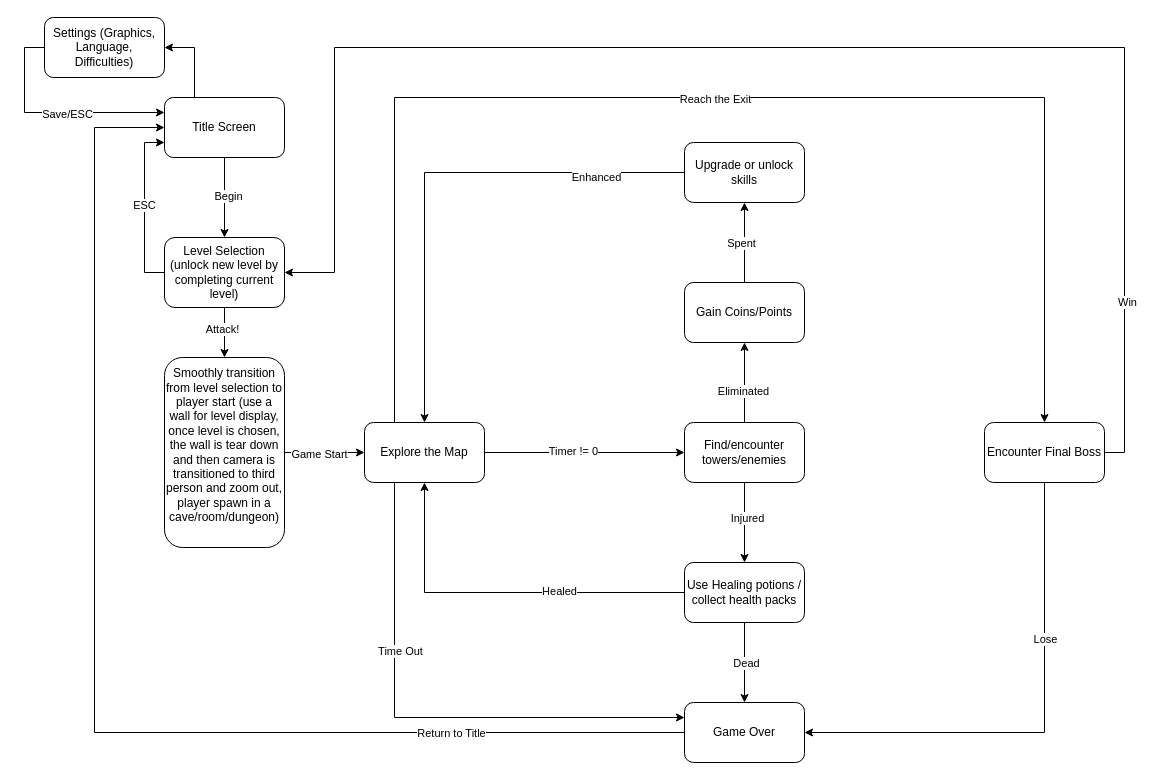
This is Untitled Diagram.drawio from songjian0127/HTML-, a draw.io file, before an edit. Source tidied: cells renumbered, new cells numbered last; positions are measured from the earlier drawing's top-left corner, leaving out a move shared by most shapes. Both pictures are drawn from the tidied source at 100%, with x=0, y=0 at pixel (44, 17).
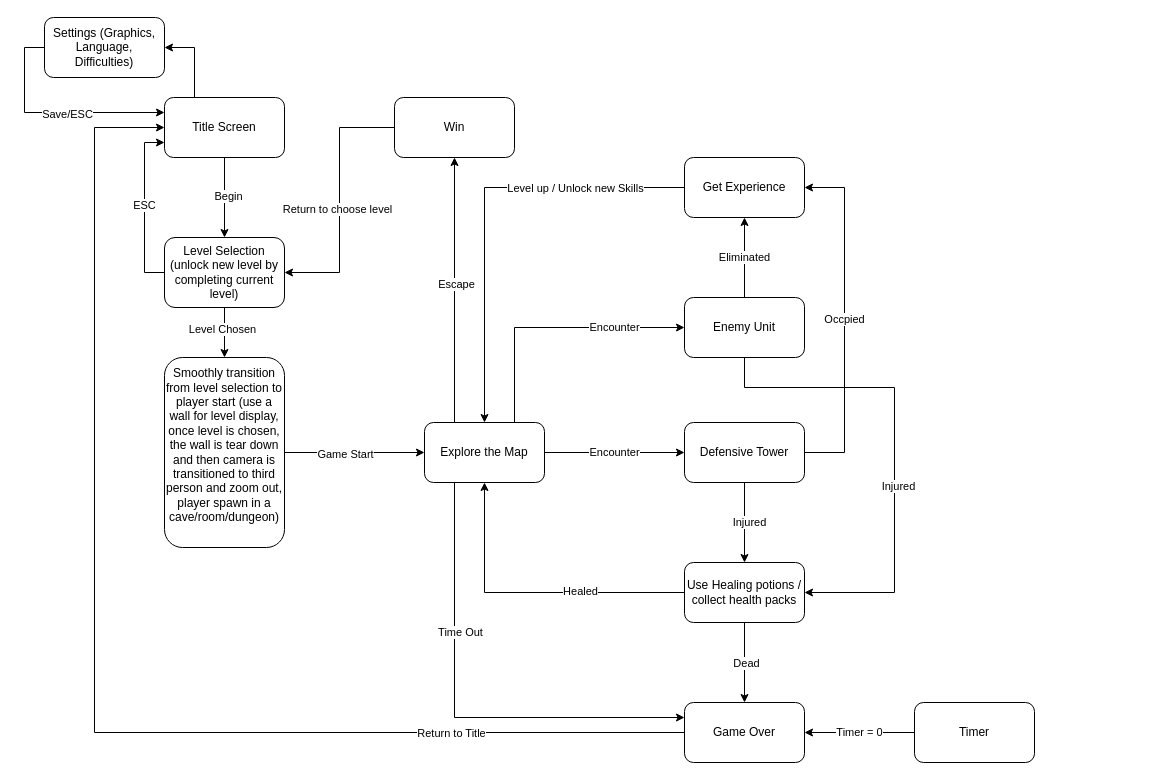
After the change.

Unchanged cells that the change refers to:
```xml
<mxCell id="9" style="edgeStyle=orthogonalEdgeStyle;rounded=0;jettySize=auto;html=1;exitX=0.5;exitY=1;exitDx=0;exitDy=0;" parent="1" edge="1" source="13" target="16">
  <mxGeometry relative="1" as="geometry" />
</mxCell>
<mxCell id="13" value="Level Selection&lt;br&gt;(unlock new level by completing current level)" style="rounded=1;whiteSpace=wrap;html=1;" parent="1" vertex="1">
  <mxGeometry x="120" y="220" width="120" height="70" as="geometry" />
</mxCell>
<mxCell id="39" value="Use Healing potions / collect health packs" style="whiteSpace=wrap;html=1;rounded=1;" parent="1" vertex="1">
  <mxGeometry x="640" y="545" width="120" height="60" as="geometry" />
</mxCell>
<mxCell id="42" value="Game Over" style="whiteSpace=wrap;html=1;rounded=1;" parent="1" vertex="1">
  <mxGeometry x="640" y="685" width="120" height="60" as="geometry" />
</mxCell>
```

Change to the diagram source:
```diff
@@
-    <mxCell id="10" value="Attack!" style="edgeLabel;html=1;align=center;verticalAlign=middle;" parent="9" vertex="1">
+    <mxCell id="10" value="Level Chosen" style="edgeLabel;html=1;align=center;verticalAlign=middle;" parent="9" vertex="1">
       <mxGeometry x="-0.17" y="-3" relative="1" as="geometry" />
     </mxCell>
@@
-    <mxCell id="17" style="edgeStyle=orthogonalEdgeStyle;rounded=0;jettySize=auto;html=1;" parent="1" edge="1" source="23" target="28">
-      <mxGeometry relative="1" as="geometry" />
-    </mxCell>
-    <mxCell id="18" value="Timer != 0" style="edgeLabel;html=1;align=center;verticalAlign=middle;" parent="17" vertex="1">
-      <mxGeometry x="-0.12" y="2" relative="1" as="geometry" />
-    </mxCell>
@@
-    <mxCell id="21" style="edgeStyle=orthogonalEdgeStyle;rounded=0;jettySize=auto;html=1;exitX=0.25;exitY=0;exitDx=0;exitDy=0;entryX=0.5;entryY=0;entryDx=0;entryDy=0;" parent="1" edge="1" source="23" target="47">
-      <mxGeometry relative="1" as="geometry">
-        <Array as="points">
-          <mxPoint x="350" y="80" />
-          <mxPoint x="1000" y="80" />
-        </Array>
-      </mxGeometry>
+    <mxCell id="21" style="edgeStyle=orthogonalEdgeStyle;rounded=0;jettySize=auto;html=1;exitX=0.25;exitY=0;exitDx=0;exitDy=0;entryX=0.5;entryY=1;entryDx=0;entryDy=0;" parent="1" edge="1" source="23" target="47">
+      <mxGeometry relative="1" as="geometry" />
     </mxCell>
-    <mxCell id="22" value="Reach the Exit" style="edgeLabel;html=1;align=center;verticalAlign=middle;" parent="21" vertex="1">
-      <mxGeometry x="-0.01" y="-1" relative="1" as="geometry">
-        <mxPoint x="1" as="offset" />
-      </mxGeometry>
-    </mxCell>
+    <mxCell id="48" value="Escape" style="edgeLabel;html=1;align=center;verticalAlign=middle;" parent="21" vertex="1">
+      <mxGeometry x="0.05" y="-1" relative="1" as="geometry" />
+    </mxCell>
+    <mxCell id="49" value="Encounter" style="edgeStyle=orthogonalEdgeStyle;rounded=0;jettySize=auto;html=1;exitX=1;exitY=0.5;exitDx=0;exitDy=0;entryX=0;entryY=0.5;entryDx=0;entryDy=0;" parent="1" edge="1" source="23" target="60">
+      <mxGeometry relative="1" as="geometry" />
+    </mxCell>
+    <mxCell id="50" value="Encounter" style="edgeStyle=orthogonalEdgeStyle;rounded=0;jettySize=auto;html=1;exitX=0.75;exitY=0;exitDx=0;exitDy=0;entryX=0;entryY=0.5;entryDx=0;entryDy=0;" parent="1" edge="1" source="23" target="56">
+      <mxGeometry x="0.47" relative="1" as="geometry" />
+    </mxCell>
     <mxCell id="23" value="Explore the Map" style="whiteSpace=wrap;html=1;rounded=1;" parent="1" vertex="1">
-      <mxGeometry x="320" y="405" width="120" height="60" as="geometry" />
+      <mxGeometry x="380" y="405" width="120" height="60" as="geometry" />
     </mxCell>
-    <mxCell id="24" style="edgeStyle=orthogonalEdgeStyle;rounded=0;jettySize=auto;html=1;" parent="1" edge="1" source="28" target="31">
-      <mxGeometry relative="1" as="geometry" />
-    </mxCell>
-    <mxCell id="25" value="Eliminated" style="edgeLabel;html=1;align=center;verticalAlign=middle;" parent="24" vertex="1">
-      <mxGeometry x="-0.2" y="2" relative="1" as="geometry" />
-    </mxCell>
-    <mxCell id="26" style="edgeStyle=orthogonalEdgeStyle;rounded=0;jettySize=auto;html=1;" parent="1" edge="1" source="28" target="39">
-      <mxGeometry relative="1" as="geometry" />
-    </mxCell>
-    <mxCell id="27" value="Injured" style="edgeLabel;html=1;align=center;verticalAlign=middle;" parent="26" vertex="1">
-      <mxGeometry x="-0.12" y="2" relative="1" as="geometry" />
-    </mxCell>
-    <mxCell id="28" value="Find/encounter towers/enemies" style="whiteSpace=wrap;html=1;rounded=1;" parent="1" vertex="1">
-      <mxGeometry x="640" y="405" width="120" height="60" as="geometry" />
-    </mxCell>
-    <mxCell id="29" style="edgeStyle=orthogonalEdgeStyle;rounded=0;jettySize=auto;html=1;" parent="1" edge="1" source="31" target="34">
-      <mxGeometry relative="1" as="geometry" />
-    </mxCell>
-    <mxCell id="30" value="Spent" style="edgeLabel;html=1;align=center;verticalAlign=middle;" parent="29" vertex="1">
-      <mxGeometry x="-0.01" y="4" relative="1" as="geometry" />
-    </mxCell>
+    <mxCell id="51" style="edgeStyle=orthogonalEdgeStyle;rounded=0;jettySize=auto;html=1;exitX=0;exitY=0.5;exitDx=0;exitDy=0;entryX=0.5;entryY=0;entryDx=0;entryDy=0;" parent="1" edge="1" source="31" target="23">
+      <mxGeometry relative="1" as="geometry" />
+    </mxCell>
+    <mxCell id="52" value="Level up / Unlock new Skills" style="edgeLabel;html=1;align=center;verticalAlign=middle;" parent="51" vertex="1">
+      <mxGeometry x="-0.26" y="-2" relative="1" as="geometry">
+        <mxPoint x="51" y="2" as="offset" />
+      </mxGeometry>
+    </mxCell>
-    <mxCell id="31" value="Gain Coins/Points" style="whiteSpace=wrap;html=1;rounded=1;" parent="1" vertex="1">
-      <mxGeometry x="640" y="265" width="120" height="60" as="geometry" />
+    <mxCell id="31" value="Get Experience" style="whiteSpace=wrap;html=1;rounded=1;" parent="1" vertex="1">
+      <mxGeometry x="640" y="140" width="120" height="60" as="geometry" />
     </mxCell>
-    <mxCell id="32" style="edgeStyle=orthogonalEdgeStyle;rounded=0;jettySize=auto;html=1;entryX=0.5;entryY=0;entryDx=0;entryDy=0;" parent="1" edge="1" source="34" target="23">
-      <mxGeometry relative="1" as="geometry" />
-    </mxCell>
-    <mxCell id="33" value="Enhanced" style="edgeLabel;html=1;align=center;verticalAlign=middle;" parent="32" vertex="1">
-      <mxGeometry x="-0.65" y="4" relative="1" as="geometry" />
-    </mxCell>
-    <mxCell id="34" value="Upgrade or unlock skills" style="whiteSpace=wrap;html=1;rounded=1;" parent="1" vertex="1">
-      <mxGeometry x="640" y="125" width="120" height="60" as="geometry" />
-    </mxCell>
@@
-    <mxCell id="43" style="edgeStyle=orthogonalEdgeStyle;rounded=0;jettySize=auto;html=1;entryX=1;entryY=0.5;entryDx=0;entryDy=0;" parent="1" edge="1" source="47" target="42">
-      <mxGeometry relative="1" as="geometry">
-        <Array as="points">
-          <mxPoint x="1000" y="715" />
-        </Array>
-      </mxGeometry>
-    </mxCell>
-    <mxCell id="44" value="Lose" style="edgeLabel;html=1;align=center;verticalAlign=middle;" parent="43" vertex="1">
-      <mxGeometry x="-0.85" y="-1" relative="1" as="geometry">
-        <mxPoint x="1" y="119" as="offset" />
-      </mxGeometry>
-    </mxCell>
-    <mxCell id="45" style="edgeStyle=orthogonalEdgeStyle;rounded=0;jettySize=auto;html=1;exitX=1;exitY=0.5;exitDx=0;exitDy=0;entryX=1;entryY=0.5;entryDx=0;entryDy=0;" parent="1" edge="1" source="47" target="13">
-      <mxGeometry relative="1" as="geometry">
-        <Array as="points">
-          <mxPoint x="1080" y="435" />
-          <mxPoint x="1080" y="30" />
-          <mxPoint x="290" y="30" />
-          <mxPoint x="290" y="255" />
-        </Array>
-      </mxGeometry>
+    <mxCell id="45" style="edgeStyle=orthogonalEdgeStyle;rounded=0;jettySize=auto;html=1;exitX=0;exitY=0.5;exitDx=0;exitDy=0;entryX=1;entryY=0.5;entryDx=0;entryDy=0;" parent="1" edge="1" source="47" target="13">
+      <mxGeometry relative="1" as="geometry" />
     </mxCell>
-    <mxCell id="46" value="Win" style="edgeLabel;html=1;align=center;verticalAlign=middle;" parent="45" vertex="1">
-      <mxGeometry x="-0.77" y="-2" relative="1" as="geometry" />
-    </mxCell>
+    <mxCell id="53" value="Return to choose level" style="edgeLabel;html=1;align=center;verticalAlign=middle;" parent="45" vertex="1">
+      <mxGeometry x="0.07" y="-3" relative="1" as="geometry" />
+    </mxCell>
-    <mxCell id="47" value="Encounter Final Boss" style="whiteSpace=wrap;html=1;rounded=1;" parent="1" vertex="1">
-      <mxGeometry x="940" y="405" width="120" height="60" as="geometry" />
+    <mxCell id="47" value="Win" style="whiteSpace=wrap;html=1;rounded=1;" parent="1" vertex="1">
+      <mxGeometry x="350" y="80" width="120" height="60" as="geometry" />
     </mxCell>
+    <mxCell id="25" value="Eliminated" style="edgeStyle=orthogonalEdgeStyle;rounded=0;jettySize=auto;html=1;exitX=0.5;exitY=0;exitDx=0;exitDy=0;entryX=0.5;entryY=1;entryDx=0;entryDy=0;" parent="1" edge="1" source="56" target="31">
+      <mxGeometry relative="1" as="geometry" />
+    </mxCell>
+    <mxCell id="54" style="edgeStyle=orthogonalEdgeStyle;rounded=0;jettySize=auto;html=1;exitX=0.5;exitY=1;exitDx=0;exitDy=0;entryX=1;entryY=0.5;entryDx=0;entryDy=0;" parent="1" edge="1" source="56" target="39">
+      <mxGeometry relative="1" as="geometry">
+        <Array as="points">
+          <mxPoint x="700" y="370" />
+          <mxPoint x="850" y="370" />
+          <mxPoint x="850" y="575" />
+        </Array>
+      </mxGeometry>
+    </mxCell>
+    <mxCell id="55" value="Injured" style="edgeLabel;html=1;align=center;verticalAlign=middle;" parent="54" vertex="1">
+      <mxGeometry x="0.17" y="3" relative="1" as="geometry" />
+    </mxCell>
+    <mxCell id="56" value="Enemy Unit" style="whiteSpace=wrap;html=1;rounded=1;" parent="1" vertex="1">
+      <mxGeometry x="640" y="280" width="120" height="60" as="geometry" />
+    </mxCell>
+    <mxCell id="57" value="Occpied" style="edgeStyle=orthogonalEdgeStyle;rounded=0;jettySize=auto;html=1;exitX=1;exitY=0.5;exitDx=0;exitDy=0;entryX=1;entryY=0.5;entryDx=0;entryDy=0;" parent="1" edge="1" source="60" target="31">
+      <mxGeometry relative="1" as="geometry">
+        <Array as="points">
+          <mxPoint x="800" y="435" />
+          <mxPoint x="800" y="170" />
+        </Array>
+      </mxGeometry>
+    </mxCell>
+    <mxCell id="58" style="edgeStyle=orthogonalEdgeStyle;rounded=0;jettySize=auto;html=1;exitX=0.5;exitY=1;exitDx=0;exitDy=0;entryX=0.5;entryY=0;entryDx=0;entryDy=0;" parent="1" edge="1" source="60" target="39">
+      <mxGeometry relative="1" as="geometry" />
+    </mxCell>
+    <mxCell id="59" value="Injured" style="edgeLabel;html=1;align=center;verticalAlign=middle;" parent="58" vertex="1">
+      <mxGeometry x="-0.02" y="4" relative="1" as="geometry" />
+    </mxCell>
+    <mxCell id="60" value="Defensive Tower" style="whiteSpace=wrap;html=1;rounded=1;" parent="1" vertex="1">
+      <mxGeometry x="640" y="405" width="120" height="60" as="geometry" />
+    </mxCell>
+    <mxCell id="61" value="Timer = 0" style="edgeStyle=orthogonalEdgeStyle;rounded=0;jettySize=auto;html=1;exitX=0;exitY=0.5;exitDx=0;exitDy=0;entryX=1;entryY=0.5;entryDx=0;entryDy=0;" parent="1" edge="1" source="62" target="42">
+      <mxGeometry relative="1" as="geometry" />
+    </mxCell>
+    <mxCell id="62" value="Timer" style="whiteSpace=wrap;html=1;rounded=1;" parent="1" vertex="1">
+      <mxGeometry x="870" y="685" width="120" height="60" as="geometry" />
+    </mxCell>
```
